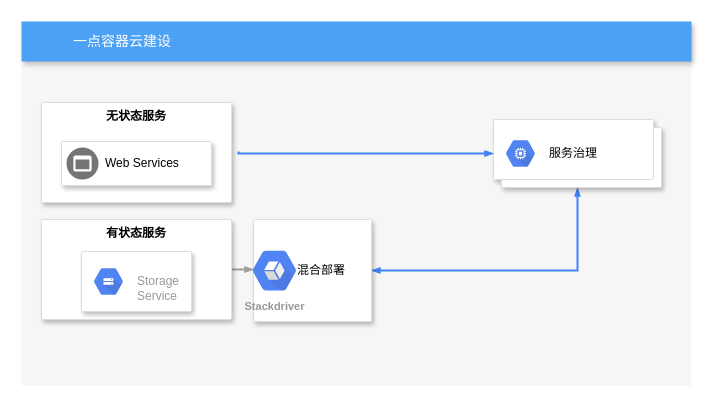
The draw.io diagram howcass.drawio in weichenjushi/k8snote, before the edit. Source tidied: cells renumbered, new cells numbered last; positions are measured from the earlier drawing's top-left corner, leaving out a move shared by most shapes. Both pictures are drawn from the tidied source at 100%, with x=0, y=0 at pixel (21, 21).
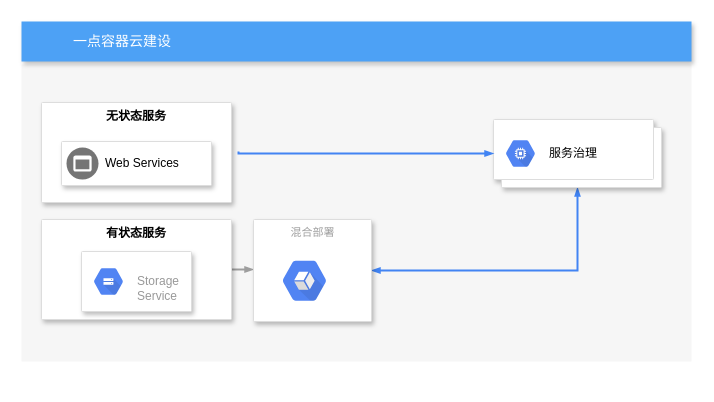
Above is the later version.

Diff of the diagram source:
```diff
@@
     <mxCell id="2" style="fillColor=#F6F6F6;strokeColor=none;shadow=0;gradientColor=none;fontSize=14;align=left;spacing=10;fontColor=#717171;9E9E9E;verticalAlign=top;spacingTop=-4;fontStyle=0;spacingLeft=40;html=1;" parent="1" vertex="1">
-      <mxGeometry y="43" width="670" height="321" as="geometry" />
+      <mxGeometry y="43" width="670" height="297" as="geometry" />
     </mxCell>
@@
-    <mxCell id="8" style="strokeColor=#dddddd;fillColor=#ffffff;shadow=1;strokeWidth=1;rounded=1;absoluteArcSize=1;arcSize=2;fontSize=11;fontColor=#9E9E9E;align=center;html=1;" parent="1" vertex="1">
+    <mxCell id="8" value="混合部署" style="strokeColor=#dddddd;fillColor=#ffffff;shadow=1;strokeWidth=1;rounded=1;absoluteArcSize=1;arcSize=2;fontSize=11;fontColor=#9E9E9E;align=center;html=1;verticalAlign=top;" parent="1" vertex="1">
       <mxGeometry x="232" y="198" width="118" height="102" as="geometry" />
     </mxCell>
-    <mxCell id="9" value="混合部署" style="dashed=0;html=1;fillColor=#757575;strokeColor=none;shape=mxgraph.gcp2.google_network_edge_cache;labelPosition=right;verticalLabelPosition=middle;align=left;verticalAlign=middle;spacingLeft=5;fontColor=#000000;fontSize=12;" parent="8" vertex="1">
-      <mxGeometry y="0.5" width="32" height="32" relative="1" as="geometry">
-        <mxPoint x="5" y="-16" as="offset" />
-      </mxGeometry>
-    </mxCell>
-    <mxCell id="10" value="Stackdriver" style="html=1;fillColor=#5184F3;strokeColor=none;verticalAlign=top;labelPosition=center;verticalLabelPosition=bottom;align=center;spacingTop=-6;fontSize=11;fontStyle=1;fontColor=#999999;shape=mxgraph.gcp2.hexIcon;prIcon=stackdriver;" parent="8" vertex="1">
-      <mxGeometry x="-12" y="21.8" width="66" height="58.5" as="geometry" />
-    </mxCell>
@@
+    <mxCell id="10" style="html=1;fillColor=#5184F3;strokeColor=none;verticalAlign=top;labelPosition=center;verticalLabelPosition=bottom;align=center;spacingTop=-6;fontSize=11;fontStyle=1;fontColor=#999999;shape=mxgraph.gcp2.hexIcon;prIcon=stackdriver;" parent="1" vertex="1">
+      <mxGeometry x="250" y="230" width="66" height="58.5" as="geometry" />
+    </mxCell>
```
